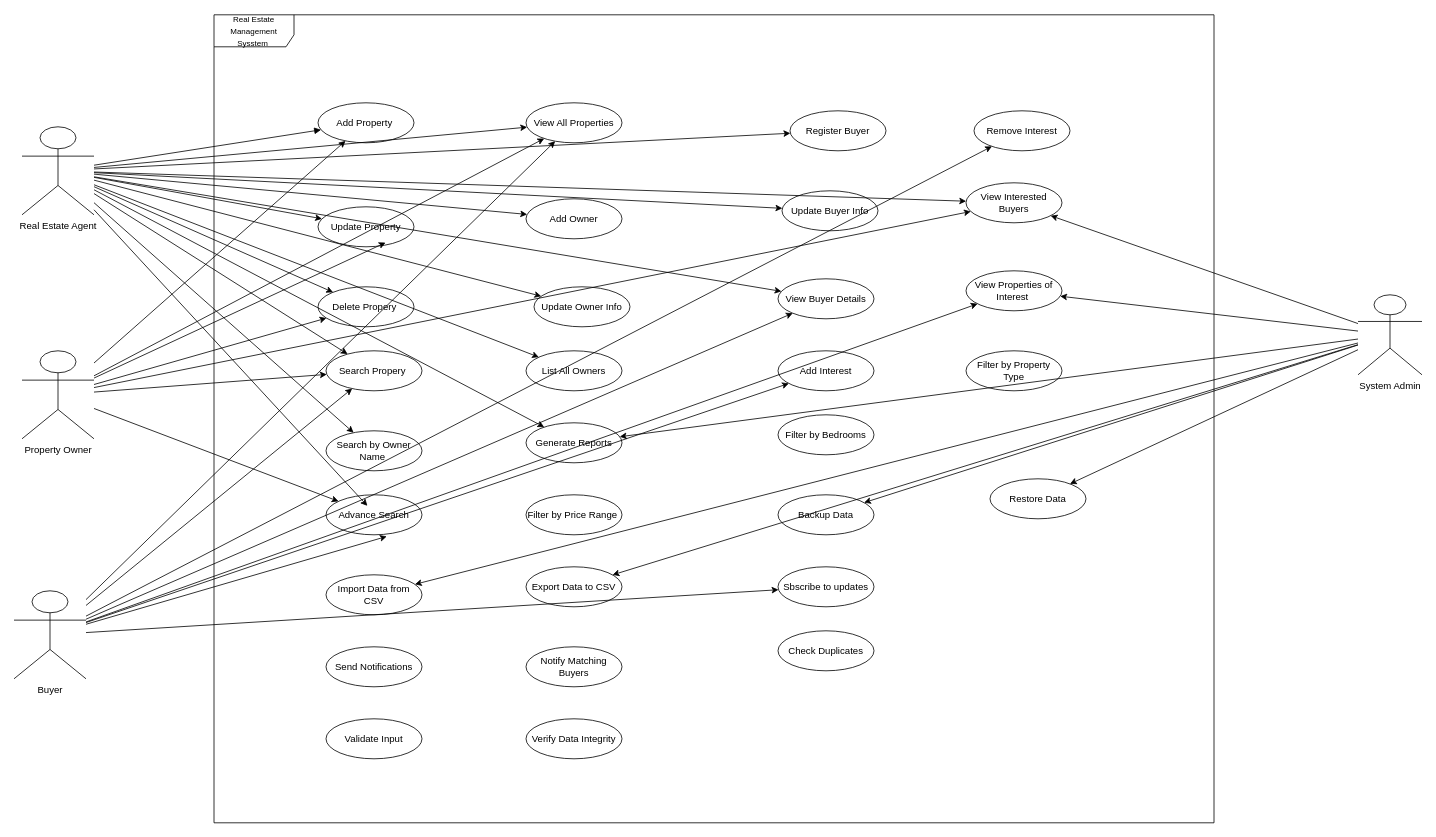
Before: HW3/user_case.drawio in fishitmo/CS500B, a draw.io diagram. Source tidied: cells renumbered, new cells numbered last; positions are measured from the earlier drawing's top-left corner, leaving out a move shared by most shapes. Both pictures are drawn from the tidied source at 80%, with x=0, y=0 at pixel (14, 14).
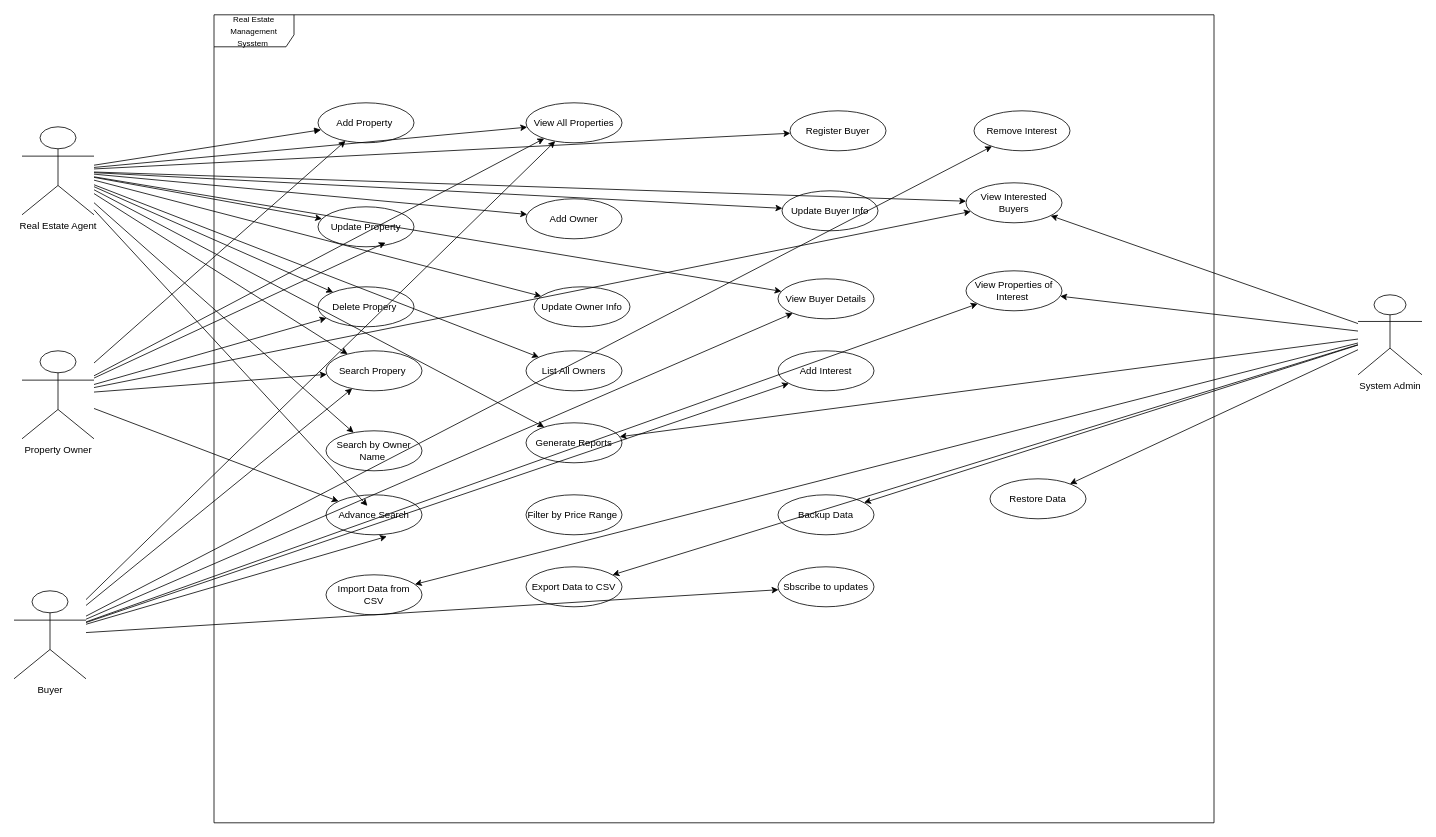
Above is the later version.

The edit, as a diff of the source:
```diff
@@
-    <mxCell id="13" value="Send Notifications" style="ellipse;whiteSpace=wrap;html=1;" parent="1" vertex="1">
-      <mxGeometry x="390" y="790" width="120" height="50" as="geometry" />
-    </mxCell>
-    <mxCell id="14" value="Validate Input" style="ellipse;whiteSpace=wrap;html=1;" parent="1" vertex="1">
-      <mxGeometry x="390" y="880" width="120" height="50" as="geometry" />
-    </mxCell>
@@
-    <mxCell id="21" value="Notify Matching Buyers" style="ellipse;whiteSpace=wrap;html=1;" parent="1" vertex="1">
-      <mxGeometry x="640" y="790" width="120" height="50" as="geometry" />
-    </mxCell>
-    <mxCell id="22" value="Verify Data Integrity" style="ellipse;whiteSpace=wrap;html=1;" parent="1" vertex="1">
-      <mxGeometry x="640" y="880" width="120" height="50" as="geometry" />
-    </mxCell>
@@
-    <mxCell id="26" value="Filter by Bedrooms" style="ellipse;whiteSpace=wrap;html=1;" parent="1" vertex="1">
-      <mxGeometry x="955" y="500" width="120" height="50" as="geometry" />
-    </mxCell>
@@
-    <mxCell id="29" value="Check Duplicates" style="ellipse;whiteSpace=wrap;html=1;" parent="1" vertex="1">
-      <mxGeometry x="955" y="770" width="120" height="50" as="geometry" />
-    </mxCell>
@@
-    <mxCell id="32" value="Filter by Property Type" style="ellipse;whiteSpace=wrap;html=1;" parent="1" vertex="1">
-      <mxGeometry x="1190" y="420" width="120" height="50" as="geometry" />
-    </mxCell>
```
